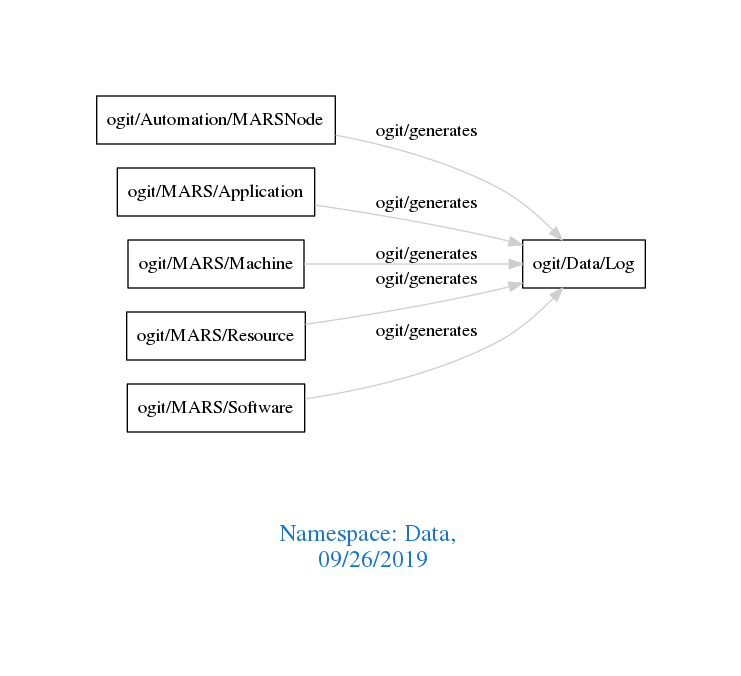
arago/OGIT keeps this Graphviz diagram as downloads/Data.png. Above is the earlier version. Its source is kept beside it as downloads/Data.dot.
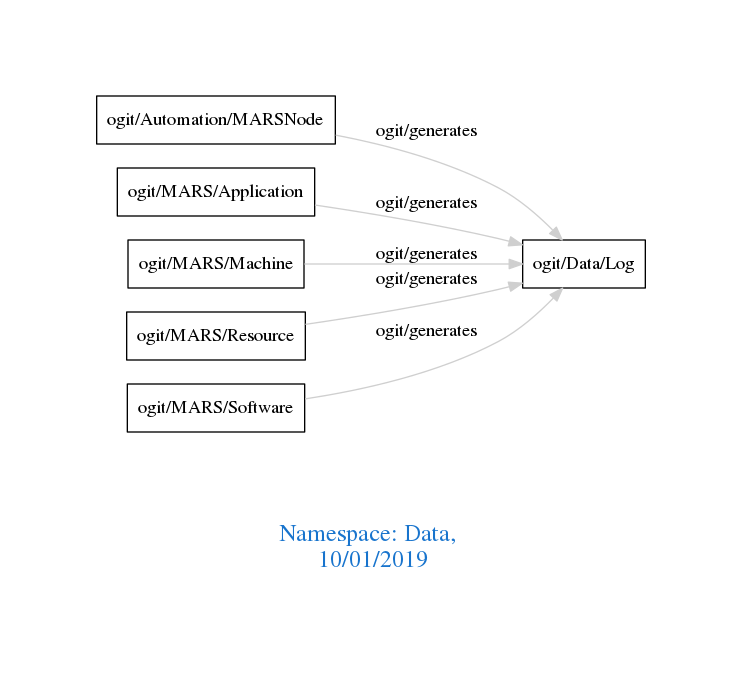
After the commit.

The edit, as a diff of the source:
```diff
@@ -1,7 +1,7 @@
 digraph OGIT_ontology {
  graph [ rankdir= LR,pad=1
 fontsize = 18,
-fontcolor= dodgerblue3,label = "\n\n\nNamespace: Data, \n 09/26/2019"];
+fontcolor= dodgerblue3,label = "\n\n\nNamespace: Data, \n 10/01/2019"];
 node[shape=polygon];
 edge [  color="gray81"];
 
```
